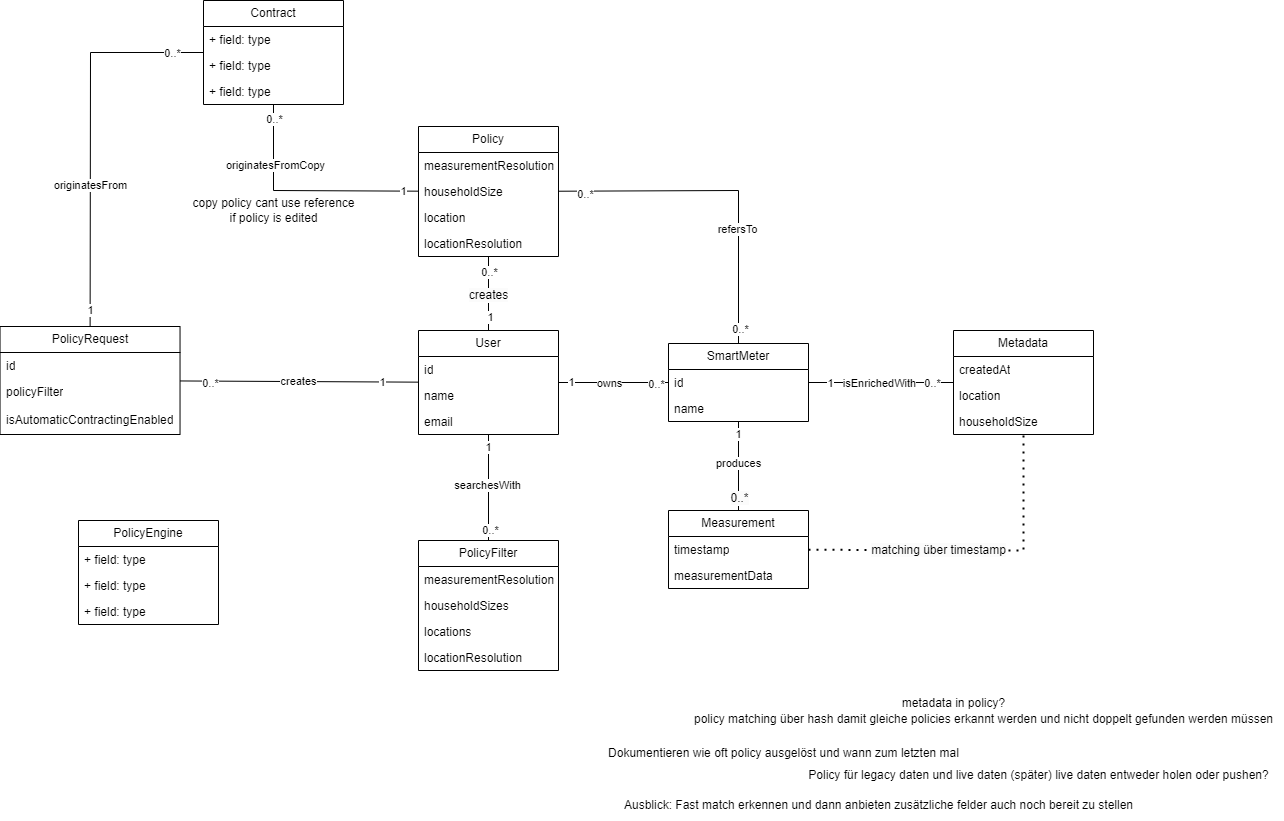
Earlier version of the draw.io export Domain Model/domainmodel.drawio.png (SM-MAMI/documentation). Source tidied: cells renumbered, new cells last; positions are measured from the earlier drawing's top-left corner, leaving out a move shared by most shapes.
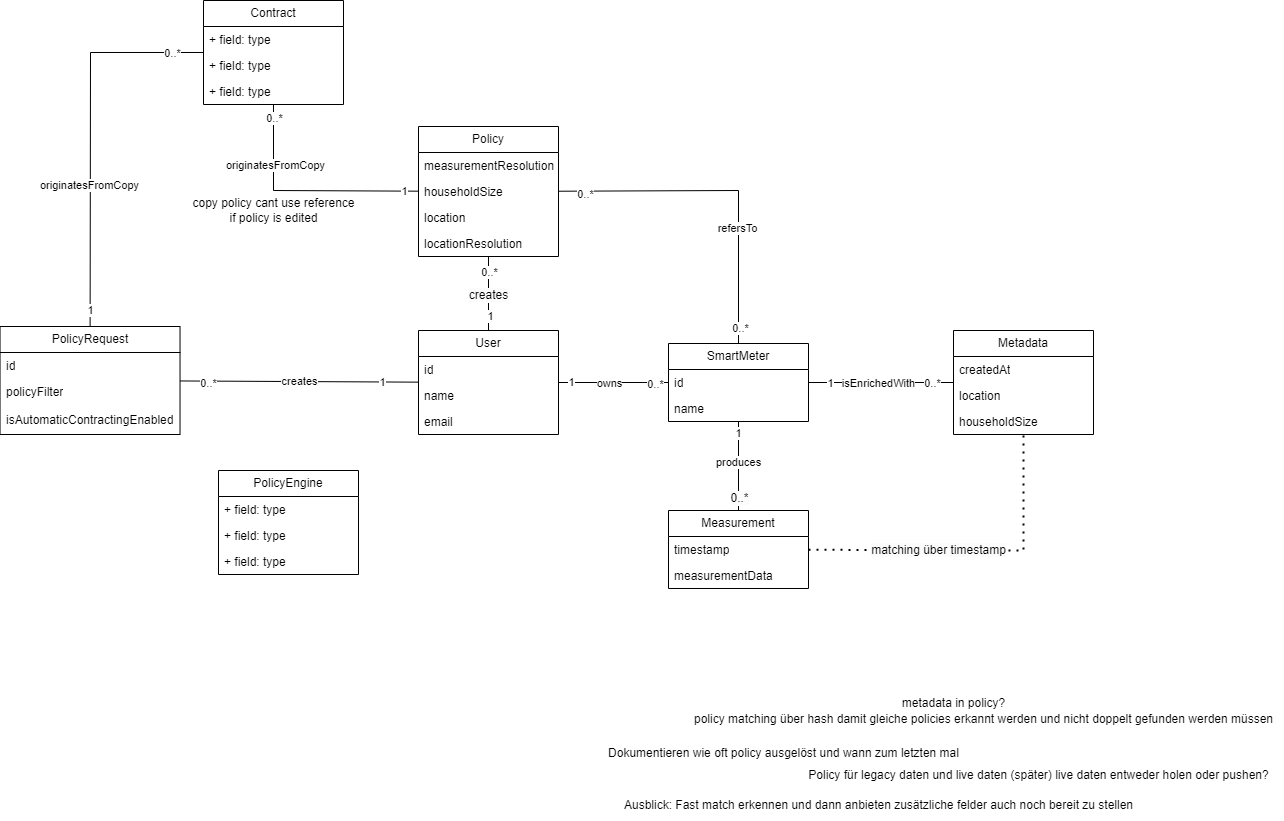
The same file after the commit.

Commit message:
removed PolicyFilter reference

What changed in the source:
```diff
@@ -130,7 +130,7 @@
       <mxGeometry x="0.31" y="-2" relative="1" as="geometry" />
     </mxCell>
     <mxCell id="41" value="PolicyEngine" style="swimlane;fontStyle=0;horizontal=1;startSize=26;fillColor=none;whiteSpace=wrap;html=1;" parent="1" vertex="1">
-      <mxGeometry x="78" y="520" width="140" height="104" as="geometry" />
+      <mxGeometry x="218" y="470" width="140" height="104" as="geometry" />
     </mxCell>
     <mxCell id="42" value="+ field: type" style="text;strokeColor=none;fillColor=none;align=left;verticalAlign=top;spacingLeft=4;spacingRight=4;overflow=hidden;whiteSpace=wrap;html=1;" parent="41" vertex="1">
       <mxGeometry y="26" width="140" height="26" as="geometry" />
@@ -201,21 +201,6 @@
     <mxCell id="60" value="copy policy cant use reference&lt;div&gt;if policy is edited&lt;/div&gt;" style="text;html=1;align=center;verticalAlign=middle;strokeColor=none;fillColor=none;" parent="1" vertex="1">
       <mxGeometry x="178" y="190" width="190" height="40" as="geometry" />
     </mxCell>
-    <mxCell id="61" value="PolicyFilter" style="swimlane;fontStyle=0;horizontal=1;startSize=26;fillColor=none;whiteSpace=wrap;html=1;" parent="1" vertex="1">
-      <mxGeometry x="418" y="540" width="140" height="130" as="geometry" />
-    </mxCell>
-    <mxCell id="62" value="measurementResolution" style="text;strokeColor=none;fillColor=none;align=left;verticalAlign=top;spacingLeft=4;spacingRight=4;overflow=hidden;whiteSpace=wrap;html=1;" parent="61" vertex="1">
-      <mxGeometry y="26" width="140" height="26" as="geometry" />
-    </mxCell>
-    <mxCell id="63" value="householdSizes" style="text;strokeColor=none;fillColor=none;align=left;verticalAlign=top;spacingLeft=4;spacingRight=4;overflow=hidden;whiteSpace=wrap;html=1;" parent="61" vertex="1">
-      <mxGeometry y="52" width="140" height="26" as="geometry" />
-    </mxCell>
-    <mxCell id="64" value="locations" style="text;strokeColor=none;fillColor=none;align=left;verticalAlign=top;spacingLeft=4;spacingRight=4;overflow=hidden;whiteSpace=wrap;html=1;" parent="61" vertex="1">
-      <mxGeometry y="78" width="140" height="26" as="geometry" />
-    </mxCell>
-    <mxCell id="65" value="locationResolution" style="text;strokeColor=none;fillColor=none;align=left;verticalAlign=top;spacingLeft=4;spacingRight=4;overflow=hidden;whiteSpace=wrap;html=1;" parent="61" vertex="1">
-      <mxGeometry y="104" width="140" height="26" as="geometry" />
-    </mxCell>
     <mxCell id="66" value="PolicyRequest" style="swimlane;fontStyle=0;horizontal=1;startSize=26;fillColor=none;whiteSpace=wrap;html=1;" parent="1" vertex="1">
       <mxGeometry x="-0.5" y="326" width="180" height="108" as="geometry" />
     </mxCell>
@@ -228,18 +213,6 @@
     <mxCell id="69" value="isAutomaticContractingEnabled" style="text;strokeColor=none;fillColor=none;align=left;verticalAlign=top;spacingLeft=4;spacingRight=4;overflow=hidden;whiteSpace=wrap;html=1;" parent="66" vertex="1">
       <mxGeometry y="80" width="180" height="28" as="geometry" />
     </mxCell>
-    <mxCell id="70" style="endArrow=none;html=1;rounded=0;" parent="1" edge="1" source="61" target="2">
-      <mxGeometry relative="1" as="geometry" />
-    </mxCell>
-    <mxCell id="71" value="searchesWith" style="edgeLabel;html=1;align=center;verticalAlign=middle;" parent="70" vertex="1">
-      <mxGeometry x="0.03" y="2" relative="1" as="geometry" />
-    </mxCell>
-    <mxCell id="72" value="1" style="edgeLabel;html=1;align=center;verticalAlign=middle;" parent="70" vertex="1">
-      <mxGeometry x="0.77" y="1" relative="1" as="geometry" />
-    </mxCell>
-    <mxCell id="73" value="0..*" style="edgeLabel;html=1;align=center;verticalAlign=middle;" parent="70" vertex="1">
-      <mxGeometry x="-0.8" y="-1" relative="1" as="geometry" />
-    </mxCell>
     <mxCell id="74" style="endArrow=none;html=1;rounded=0;" parent="1" edge="1" source="66" target="2">
       <mxGeometry relative="1" as="geometry" />
     </mxCell>
@@ -263,7 +236,7 @@
         </Array>
       </mxGeometry>
     </mxCell>
-    <mxCell id="79" value="originatesFrom" style="edgeLabel;html=1;align=center;verticalAlign=middle;" parent="78" vertex="1">
+    <mxCell id="79" value="originatesFromCopy" style="edgeLabel;html=1;align=center;verticalAlign=middle;" parent="78" vertex="1">
       <mxGeometry x="-0.27" y="1" relative="1" as="geometry" />
     </mxCell>
     <mxCell id="80" value="0..*" style="edgeLabel;html=1;align=center;verticalAlign=middle;" parent="78" vertex="1">
```
